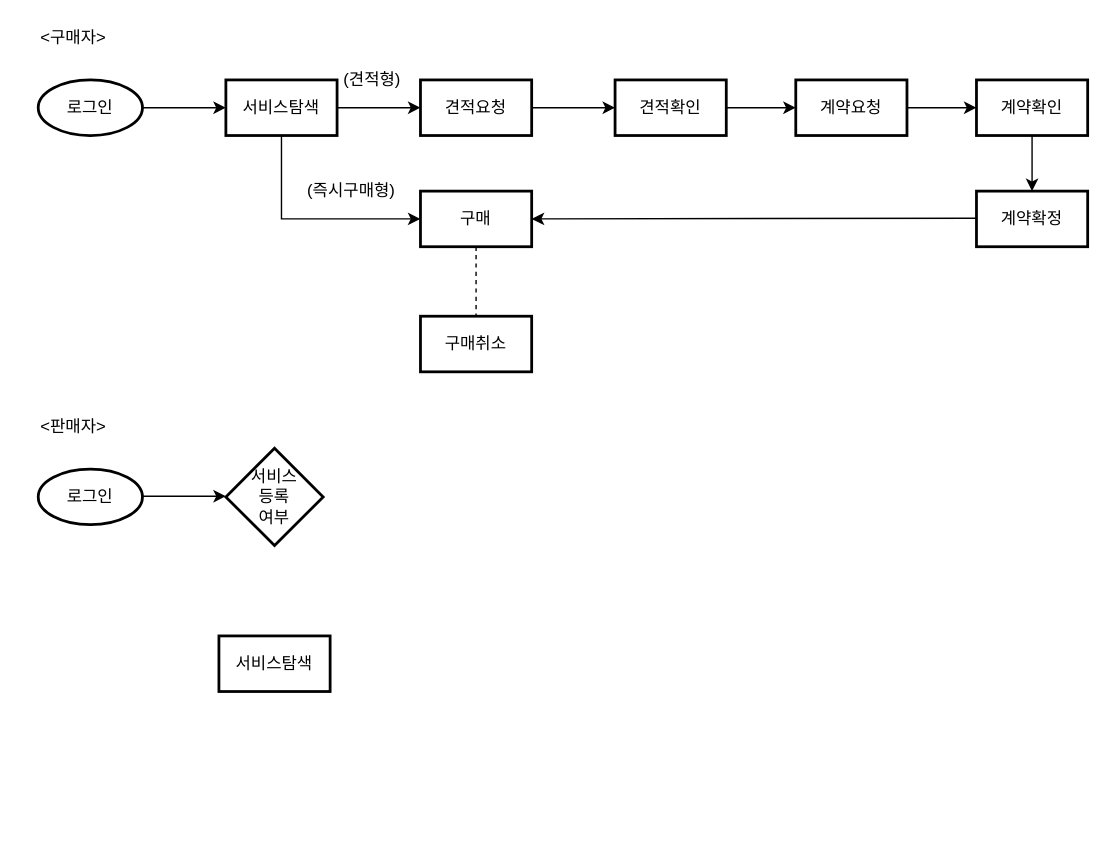
This is 비즈니스나우컨설팅.drawio from Lucidhomme/TIL, a draw.io file, before an edit. Source tidied: cells renumbered, new cells numbered last; positions are measured from the earlier drawing's top-left corner, leaving out a move shared by most shapes. Both pictures are drawn from the tidied source at 139%, with x=0, y=0 at pixel (24, 24).
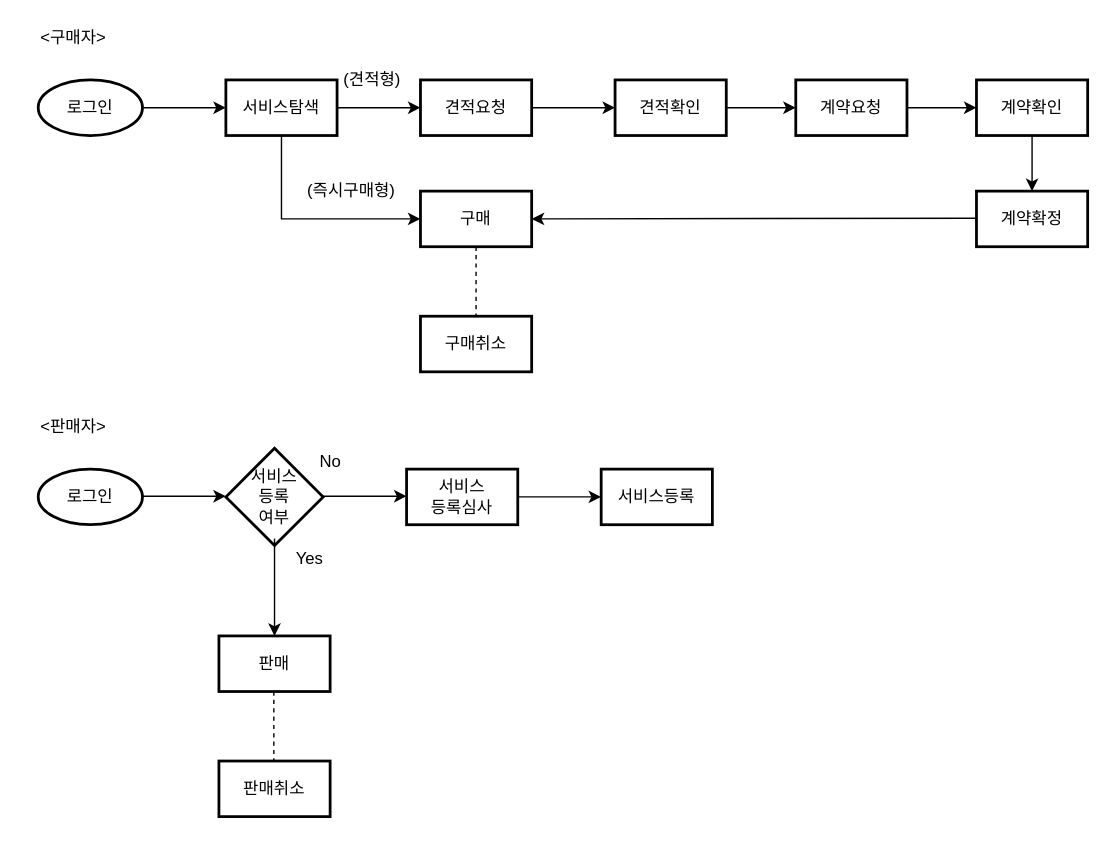
The same diagram, later.

Commit message (it also covers changes not shown here):
Update 비즈니스나우컨설팅.drawio

What changed in the source:
```diff
@@
-    <mxCell id="27" value="서비스탐색" style="whiteSpace=wrap;html=1;strokeWidth=2;" parent="1" vertex="1">
+    <mxCell id="27" value="판매" style="whiteSpace=wrap;html=1;strokeWidth=2;" parent="1" vertex="1">
       <mxGeometry x="140" y="440" width="80" height="40" as="geometry" />
     </mxCell>
+    <mxCell id="28" style="edgeStyle=orthogonalEdgeStyle;rounded=0;orthogonalLoop=1;jettySize=auto;html=1;entryX=0.5;entryY=0;entryDx=0;entryDy=0;entryPerimeter=0;" parent="1" edge="1">
+      <mxGeometry relative="1" as="geometry">
+        <mxPoint x="180" y="370" as="sourcePoint" />
+        <mxPoint x="180" y="440" as="targetPoint" />
+        <Array as="points">
+          <mxPoint x="180" y="390" />
+          <mxPoint x="180" y="390" />
+        </Array>
+      </mxGeometry>
+    </mxCell>
+    <mxCell id="29" style="endArrow=none;dashed=1;html=1;entryX=0.5;entryY=0;entryDx=0;entryDy=0;" parent="1" edge="1">
+      <mxGeometry relative="1" as="geometry">
+        <mxPoint x="179.5" y="480" as="sourcePoint" />
+        <mxPoint x="179.5" y="530" as="targetPoint" />
+      </mxGeometry>
+    </mxCell>
+    <mxCell id="30" value="판매취소" style="whiteSpace=wrap;html=1;strokeWidth=2;" parent="1" vertex="1">
+      <mxGeometry x="140" y="530" width="80" height="40" as="geometry" />
+    </mxCell>
+    <mxCell id="31" value="Yes" style="text;html=1;align=center;verticalAlign=middle;fillColor=none;strokeColor=none;rounded=0;" parent="1" vertex="1">
+      <mxGeometry x="190" y="375" width="30" height="20" as="geometry" />
+    </mxCell>
+    <mxCell id="32" value="No" style="text;html=1;align=center;verticalAlign=middle;fillColor=none;strokeColor=none;rounded=0;" parent="1" vertex="1">
+      <mxGeometry x="205" y="305" width="30" height="20" as="geometry" />
+    </mxCell>
+    <mxCell id="33" style="edgeStyle=orthogonalEdgeStyle;rounded=0;orthogonalLoop=1;jettySize=auto;html=1;" parent="1" edge="1">
+      <mxGeometry relative="1" as="geometry">
+        <mxPoint x="215" y="339.5" as="sourcePoint" />
+        <mxPoint x="275" y="339.5" as="targetPoint" />
+      </mxGeometry>
+    </mxCell>
+    <mxCell id="34" style="edgeStyle=orthogonalEdgeStyle;rounded=0;jettySize=auto;html=1;" parent="1" edge="1" source="35" target="36">
+      <mxGeometry relative="1" as="geometry" />
+    </mxCell>
+    <mxCell id="35" value="서비스&lt;br&gt;등록심사" style="whiteSpace=wrap;html=1;strokeWidth=2;" parent="1" vertex="1">
+      <mxGeometry x="275" y="320" width="80" height="40" as="geometry" />
+    </mxCell>
+    <mxCell id="36" value="서비스등록" style="whiteSpace=wrap;html=1;strokeWidth=2;" parent="1" vertex="1">
+      <mxGeometry x="415" y="320" width="80" height="40" as="geometry" />
+    </mxCell>
```
